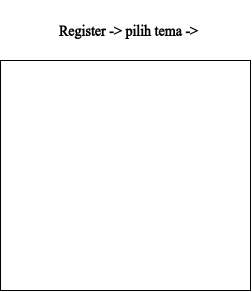
The draw.io diagram flow.drawio.png in btrianurdin/invitt-backend, before a commit. Source tidied: cells renumbered, new cells last; positions are measured from the earlier drawing's top-left corner, leaving out a move shared by most shapes.
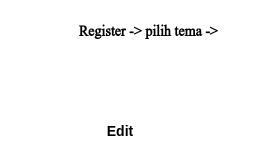
Later version of the same file.

What changed in the source:
```diff
@@ -5,8 +5,8 @@
     <mxCell id="2" value="&lt;h3&gt;&lt;font face=&quot;Tahoma&quot;&gt;Register -&amp;gt; pilih tema -&amp;gt;&amp;nbsp;&lt;/font&gt;&lt;/h3&gt;" style="text;html=1;strokeColor=none;fillColor=none;align=center;verticalAlign=middle;whiteSpace=wrap;rounded=0;" parent="1" vertex="1">
       <mxGeometry x="10" width="240" height="60" as="geometry" />
     </mxCell>
-    <mxCell id="3" style="rounded=0;whiteSpace=wrap;html=1;" parent="1" vertex="1">
-      <mxGeometry y="60" width="250" height="230" as="geometry" />
-    </mxCell>
+    <mxCell id="4" value="&lt;h3&gt;Edit&lt;/h3&gt;" style="text;html=1;strokeColor=none;fillColor=none;align=center;verticalAlign=middle;whiteSpace=wrap;rounded=0;" parent="1" vertex="1">
+      <mxGeometry x="-20" y="100" width="240" height="60" as="geometry" />
+    </mxCell>
   </root>
 </mxGraphModel>
```
